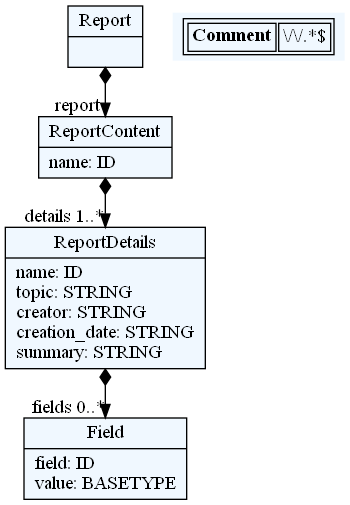
Before: report/dotexport/report_metamodel.png, a diagram exported from Graphviz (DusanStevic/textx-lang-quant). Its source is kept beside it as report/dotexport/report_metamodel.dot.
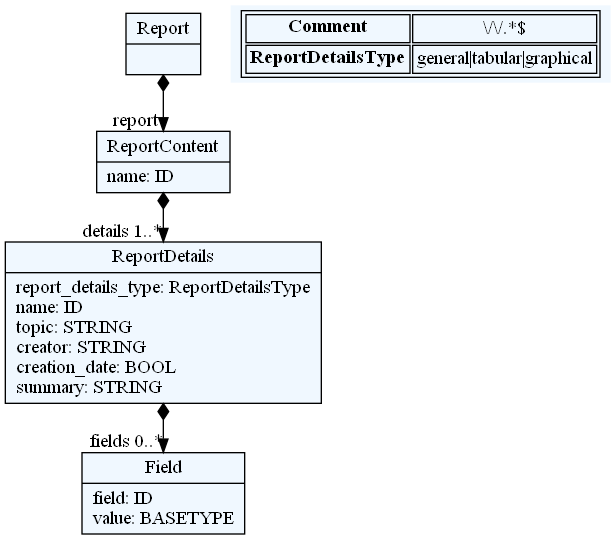
The same diagram one commit later.

Commit message:
report grammar update

Diff of the diagram source:
```diff
@@ -14,18 +14,21 @@
 
 52180008[ label="{ReportContent|name: ID\l}"]
 
-52171512[ label="{ReportDetails|name: ID\ltopic: STRING\lcreator: STRING\lcreation_date: STRING\lsummary: STRING\l}"]
+52171512[ label="{ReportDetails|report_details_type: ReportDetailsType\lname: ID\ltopic: STRING\lcreator: STRING\lcreation_date: BOOL\lsummary: STRING\l}"]
 
-52191336[ label="{Field|field: ID\lvalue: BASETYPE\l}"]
+52197944[ label="{Field|field: ID\lvalue: BASETYPE\l}"]
 
 
 
 52188504 -> 52180008[arrowtail=diamond, dir=both, headlabel="report "]
 52180008 -> 52171512[arrowtail=diamond, dir=both, headlabel="details 1..*"]
-52171512 -> 52191336[arrowtail=diamond, dir=both, headlabel="fields 0..*"]
+52171512 -> 52197944[arrowtail=diamond, dir=both, headlabel="fields 0..*"]
 match_rules [ shape=plaintext, label=< <table>
 	<tr>
 		<td><b>Comment</b></td><td>\/\/.*$</td>
+	</tr>
+	<tr>
+		<td><b>ReportDetailsType</b></td><td>general|tabular|graphical</td>
 	</tr>
 </table> >]
 
```
